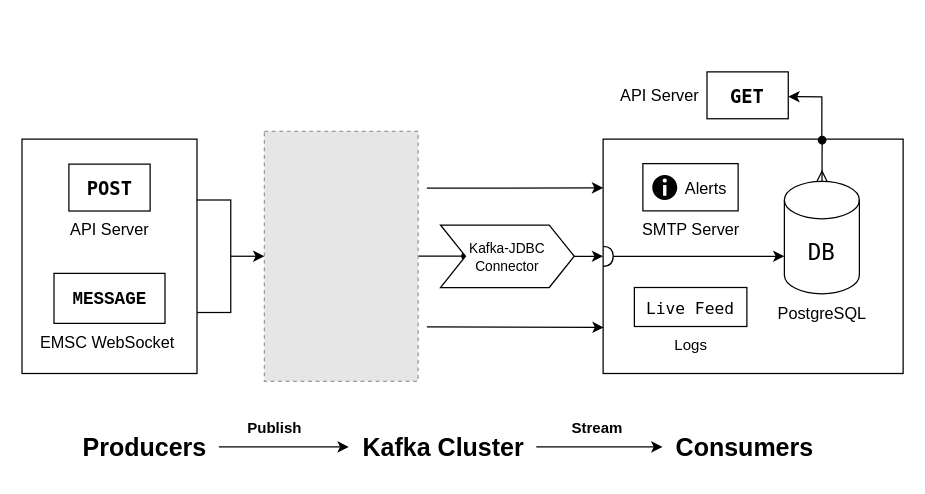
Earlier version of the draw.io diagram assets/architecture.drawio (Snehil-Shah/Kafka-Seismic-Alerts). Source tidied: cells renumbered, new cells numbered last; positions are measured from the earlier drawing's top-left corner, leaving out a move shared by most shapes. Both pictures are drawn from the tidied source at 125%, with x=0, y=0 at pixel (21, 71). Pictures stored in the file or linked from it are replaced by grey dashed boxes.
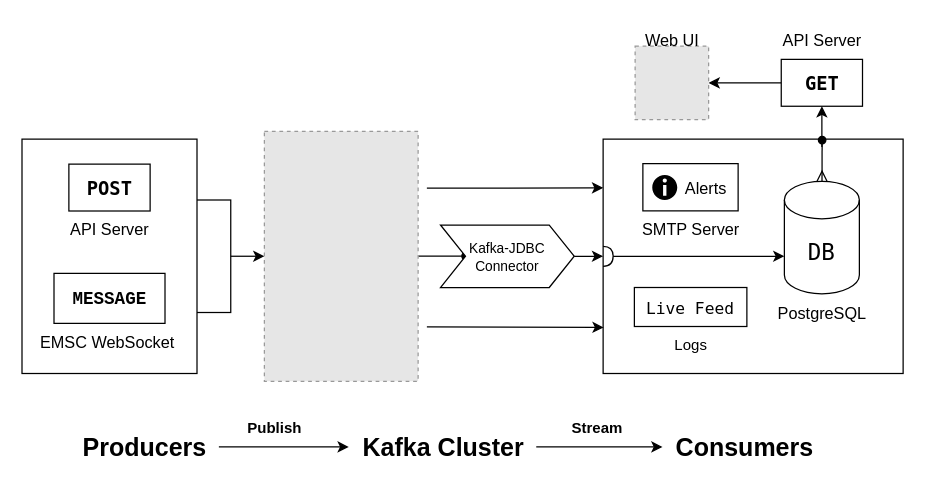
The same page after the edit.

Unchanged cells that the change refers to:
```xml
<mxCell id="10" style="rounded=0;whiteSpace=wrap;html=1;glass=0;shadow=0;" parent="1" vertex="1">
  <mxGeometry x="465" y="53.8" width="240" height="187.5" as="geometry" />
</mxCell>
```

The edit, as a diff of the source:
```diff
@@
+    <mxCell id="36" style="edgeStyle=orthogonalEdgeStyle;rounded=0;jettySize=auto;html=1;entryX=1;entryY=0.5;entryDx=0;entryDy=0;" parent="1" edge="1" source="30" target="37">
+      <mxGeometry relative="1" as="geometry" />
+    </mxCell>
     <mxCell id="30" value="&lt;h3&gt;&lt;font style=&quot;font-size: 15px;&quot; face=&quot;Lucida Console&quot;&gt;GET&lt;/font&gt;&lt;/h3&gt;" style="rounded=0;whiteSpace=wrap;html=1;" parent="1" vertex="1">
-      <mxGeometry x="548.1" width="65" height="37.5" as="geometry" />
+      <mxGeometry x="607.5" y="-10" width="65" height="37.5" as="geometry" />
     </mxCell>
     <mxCell id="31" value="&lt;font style=&quot;font-size: 13px;&quot;&gt;API Server&lt;/font&gt;" style="text;html=1;align=center;verticalAlign=middle;strokeColor=none;fillColor=none;" parent="1" vertex="1">
-      <mxGeometry x="465" y="3.8" width="90" height="30" as="geometry" />
+      <mxGeometry x="595" y="-40" width="90" height="30" as="geometry" />
     </mxCell>
@@
-    <mxCell id="33" style="endArrow=none;html=1;rounded=0;exitX=1.002;exitY=0.528;exitDx=0;exitDy=0;exitPerimeter=0;entryX=0.729;entryY=0.001;entryDx=0;entryDy=0;entryPerimeter=0;endFill=0;startArrow=classic;startFill=1;" parent="1" edge="1" source="30" target="10">
-      <mxGeometry relative="1" as="geometry">
-        <Array as="points">
-          <mxPoint x="640" y="20" />
-        </Array>
-      </mxGeometry>
-    </mxCell>
@@
+    <mxCell id="37" style="fillColor=#E6E6E6;strokeColor=#999999;dashed=1;html=1;verticalAlign=top;verticalLabelPosition=bottom;labelBackgroundColor=#ffffff;" parent="1" vertex="1">
+      <mxGeometry x="490.6" y="-20.6" width="58.8" height="58.8" as="geometry" />
+    </mxCell>
+    <mxCell id="38" value="Web UI" style="text;html=1;align=center;verticalAlign=middle;strokeColor=none;fillColor=none;fontSize=13;" parent="1" vertex="1">
+      <mxGeometry x="485" y="-40" width="70" height="30" as="geometry" />
+    </mxCell>
+    <mxCell id="39" style="endArrow=classic;html=1;rounded=0;entryX=0.5;entryY=1;entryDx=0;entryDy=0;" parent="1" edge="1" target="30">
+      <mxGeometry relative="1" as="geometry">
+        <mxPoint x="640" y="60" as="sourcePoint" />
+      </mxGeometry>
+    </mxCell>
```
